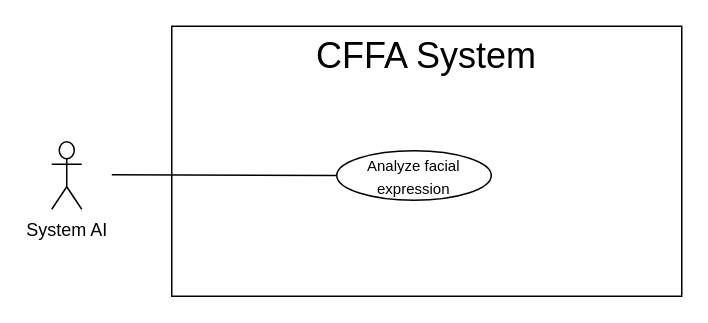
Before: page "Emotion" (1 of 2) of Users/HuuDN/UsecaseDiagram/SystemAI/Overview.drawio in luannmdev/CapstoneDocument, a draw.io diagram. Source tidied: cells renumbered, new cells numbered last; positions are measured from the earlier drawing's top-left corner, leaving out a move shared by most shapes. Both pictures are drawn from the tidied source at 150%, with x=0, y=0 at pixel (51, 26).
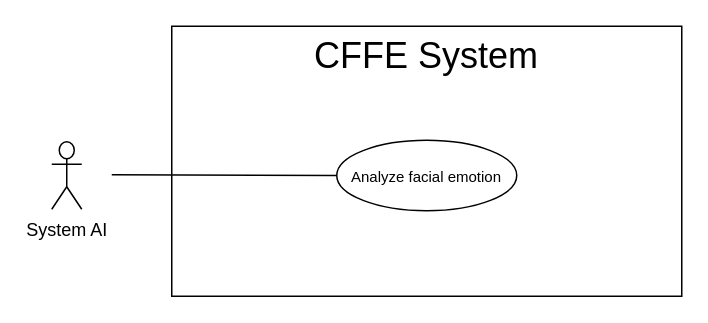
Above is the later version.

Diff of the diagram source:
```diff
@@
 <mxGraphModel>
   <root>
     <mxCell id="0" />
     <mxCell id="1" parent="0" />
     <mxCell id="2" style="rounded=0;whiteSpace=wrap;html=1;" parent="1" vertex="1">
       <mxGeometry x="80" width="340" height="180" as="geometry" />
     </mxCell>
-    <mxCell id="3" value="&lt;span style=&quot;font-size: 24px&quot;&gt;CFFA System&lt;/span&gt;" style="text;html=1;strokeColor=none;fillColor=none;align=center;verticalAlign=middle;whiteSpace=wrap;rounded=0;" parent="1" vertex="1">
+    <mxCell id="3" value="&lt;span style=&quot;font-size: 24px&quot;&gt;CFFE System&lt;/span&gt;" style="text;html=1;strokeColor=none;fillColor=none;align=center;verticalAlign=middle;whiteSpace=wrap;rounded=0;" parent="1" vertex="1">
       <mxGeometry x="85" y="10" width="330" height="20" as="geometry" />
     </mxCell>
     <mxCell id="4" value="System AI" style="shape=umlActor;verticalLabelPosition=bottom;verticalAlign=top;html=1;" parent="1" vertex="1">
       <mxGeometry y="77" width="20" height="45" as="geometry" />
     </mxCell>
-    <mxCell id="5" value="&lt;span style=&quot;font-size: 10px&quot;&gt;Analyze facial expression&lt;/span&gt;" style="ellipse;whiteSpace=wrap;html=1;fillColor=#ffffff;gradientColor=none;" parent="1" vertex="1">
-      <mxGeometry x="190" y="83" width="103" height="33" as="geometry" />
+    <mxCell id="5" value="&lt;span style=&quot;font-size: 10px&quot;&gt;Analyze facial emotion&lt;/span&gt;" style="ellipse;whiteSpace=wrap;html=1;fillColor=#ffffff;gradientColor=none;" parent="1" vertex="1">
+      <mxGeometry x="190" y="76" width="120" height="47" as="geometry" />
     </mxCell>
     <mxCell id="6" style="endArrow=none;html=1;rounded=0;exitX=0;exitY=0.5;exitDx=0;exitDy=0;" parent="1" edge="1" source="5">
       <mxGeometry relative="1" as="geometry">
         <mxPoint x="40" y="99" as="targetPoint" />
       </mxGeometry>
     </mxCell>
   </root>
 </mxGraphModel>
```
